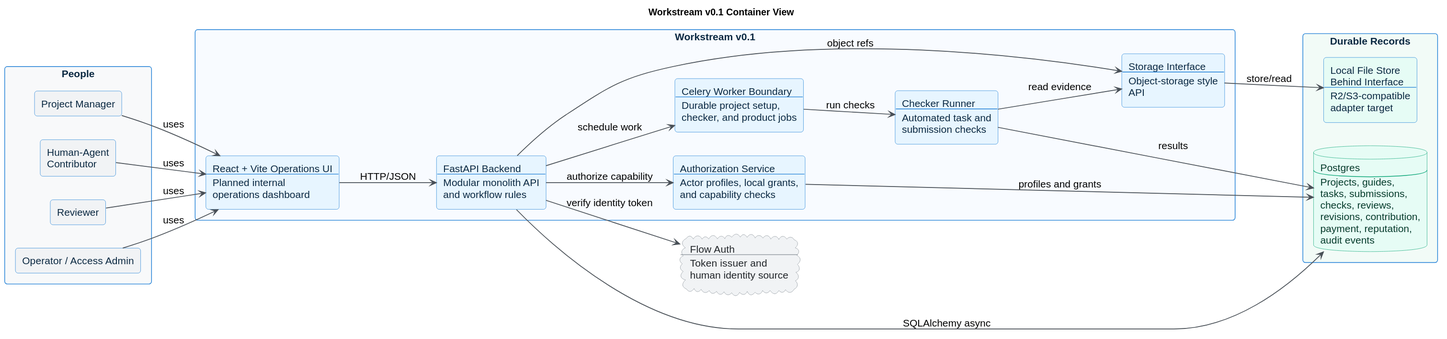
Before: docs/diagrams/rendered/workstream_v01_container.svg, a diagram exported from PlantUML (jorshimayor/workstream).
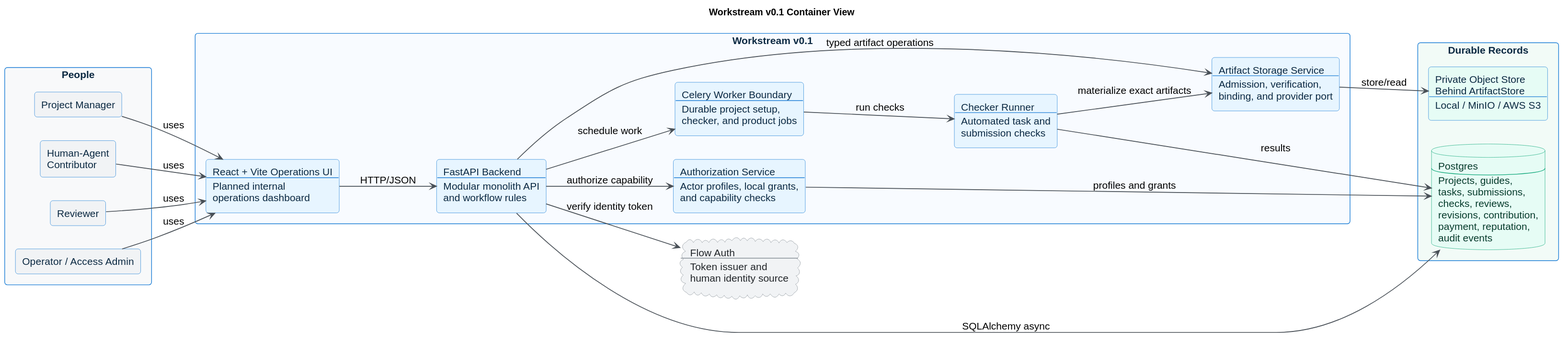
The same diagram one commit later.

Change to the diagram source:
```diff
@@ -42,12 +42,12 @@
   rectangle "Authorization Service\n----\nActor profiles, local grants,\nand capability checks" as authorization
   rectangle "Celery Worker Boundary\n----\nDurable project setup,\nchecker, and product jobs" as jobs
   rectangle "Checker Runner\n----\nAutomated task and\nsubmission checks" as checker
-  rectangle "Storage Interface\n----\nObject-storage style\nAPI" as storage_adapter
+  rectangle "Artifact Storage Service\n----\nAdmission, verification,\nbinding, and provider port" as storage_adapter
 }
 
 package "Durable Records" #F2FBF7 {
   database "Postgres\n----\nProjects, guides,\ntasks, submissions,\nchecks, reviews,\nrevisions, contribution,\npayment, reputation,\naudit events" as postgres
-  rectangle "Local File Store\nBehind Interface\n----\nR2/S3-compatible\nadapter target" as file_store #E6FCF5
+  rectangle "Private Object Store\nBehind ArtifactStore\n----\nLocal / MinIO / AWS S3" as file_store #E6FCF5
 }
 
 project_manager --> frontend : uses
@@ -60,10 +60,10 @@
 api --> authorization : authorize capability
 authorization --> postgres : profiles and grants
 api --> postgres : SQLAlchemy async
-api --> storage_adapter : object refs
+api --> storage_adapter : typed artifact operations
 api --> jobs : schedule work
 jobs --> checker : run checks
 checker --> postgres : results
-checker --> storage_adapter : read evidence
+checker --> storage_adapter : materialize exact artifacts
 storage_adapter --> file_store : store/read
 @enduml
```
